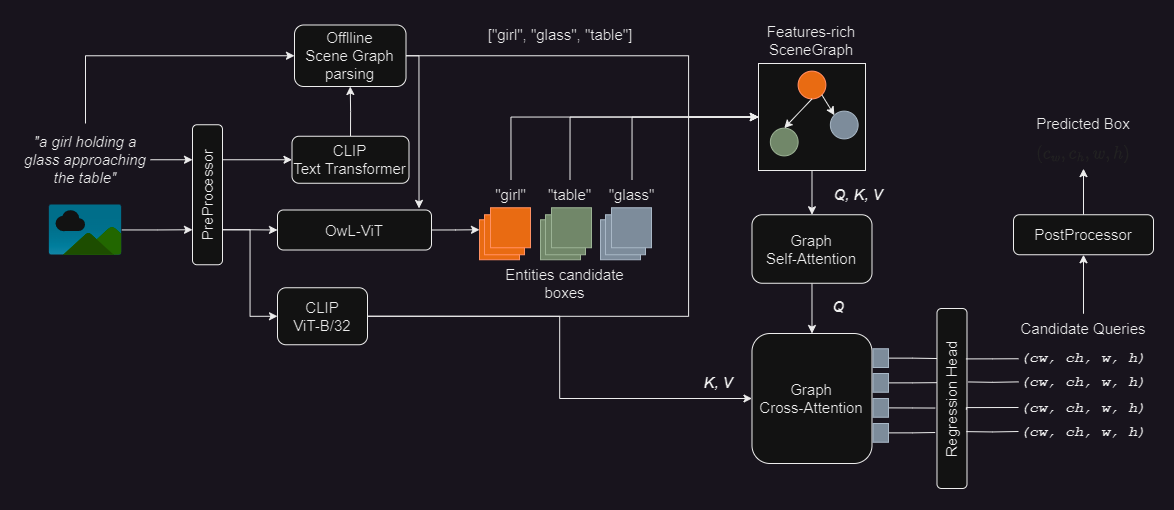
Earlier version of the draw.io export docs/img/sgg.png (halixness/visgator). Source tidied: cells renumbered, new cells last; positions are measured from the earlier drawing's top-left corner, leaving out a move shared by most shapes.
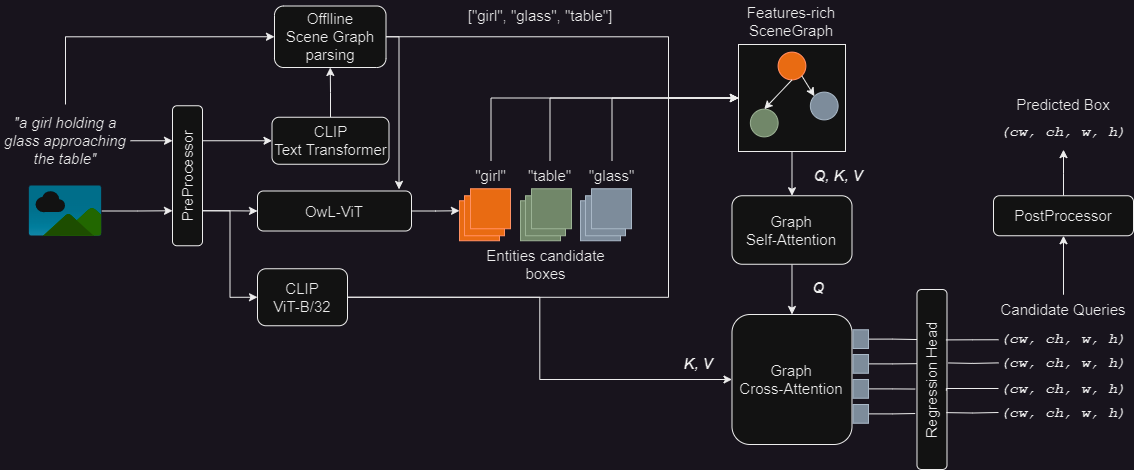
The same file after the commit.

The edit, as a diff of the source:
```diff
@@ -228,15 +228,14 @@
         <mxPoint x="998" y="412" as="sourcePoint" />
       </mxGeometry>
     </mxCell>
-    <mxCell id="68" style="edgeStyle=orthogonalEdgeStyle;rounded=0;jettySize=auto;html=1;exitX=0.5;exitY=0;exitDx=0;exitDy=0;entryX=0.5;entryY=1;entryDx=0;entryDy=0;" parent="1" edge="1" source="69" target="70">
-      <mxGeometry relative="1" as="geometry" />
+    <mxCell id="68" style="edgeStyle=orthogonalEdgeStyle;rounded=0;jettySize=auto;html=1;exitX=0.5;exitY=0;exitDx=0;exitDy=0;entryX=0.5;entryY=1;entryDx=0;entryDy=0;" parent="1" edge="1" source="69">
+      <mxGeometry relative="1" as="geometry">
+        <mxPoint x="1063" y="149.1" as="targetPoint" />
+      </mxGeometry>
     </mxCell>
     <mxCell id="69" value="PostProcessor" style="rounded=1;whiteSpace=wrap;html=1;fontSize=15;" parent="1" vertex="1">
       <mxGeometry x="993" y="195.2" width="140" height="40" as="geometry" />
     </mxCell>
-    <mxCell id="70" value="$$(c_w, c_h, w, h)$$" style="text;html=1;strokeColor=none;fillColor=none;align=center;verticalAlign=middle;whiteSpace=wrap;rounded=0;fontSize=15;" parent="1" vertex="1">
-      <mxGeometry x="1023" y="119.1" width="80" height="30" as="geometry" />
-    </mxCell>
     <mxCell id="71" value="Predicted Box" style="text;html=1;strokeColor=none;fillColor=none;align=center;verticalAlign=middle;whiteSpace=wrap;rounded=0;fontSize=15;" parent="1" vertex="1">
       <mxGeometry x="1008" y="89.1" width="110" height="30" as="geometry" />
     </mxCell>
@@ -249,5 +248,8 @@
     <mxCell id="74" value="(cw, ch, w, h)" style="text;html=1;strokeColor=none;fillColor=none;align=center;verticalAlign=middle;whiteSpace=wrap;rounded=0;fontSize=15;fontColor=#000000;fontStyle=3;fontFamily=Courier New;" parent="1" vertex="1">
       <mxGeometry x="998" y="397.8" width="130" height="30" as="geometry" />
     </mxCell>
+    <mxCell id="75" value="(cw, ch, w, h)" style="text;html=1;strokeColor=none;fillColor=none;align=center;verticalAlign=middle;whiteSpace=wrap;rounded=0;fontSize=15;fontColor=#000000;fontStyle=3;fontFamily=Courier New;" parent="1" vertex="1">
+      <mxGeometry x="998" y="116.8" width="130" height="30" as="geometry" />
+    </mxCell>
   </root>
 </mxGraphModel>
```
